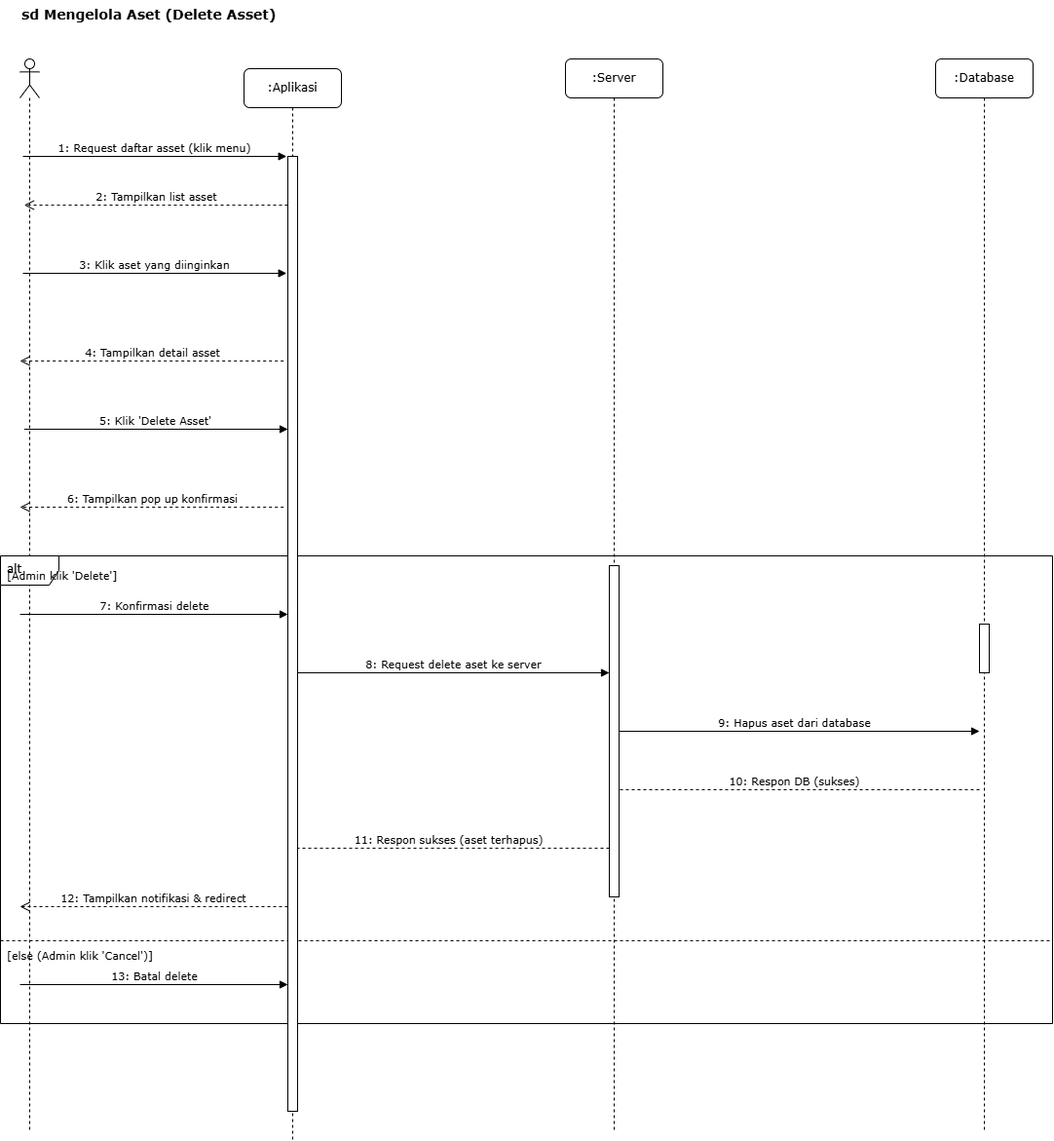
This is Diagram/sequence-diagram-skripsi-mengelola-aset-delete.drawio.png from Rizz404/SKRIPSI_V2, a draw.io export, as it was before one commit. Source tidied: cells renumbered, new cells last; positions are measured from the earlier drawing's top-left corner, leaving out a move shared by most shapes.
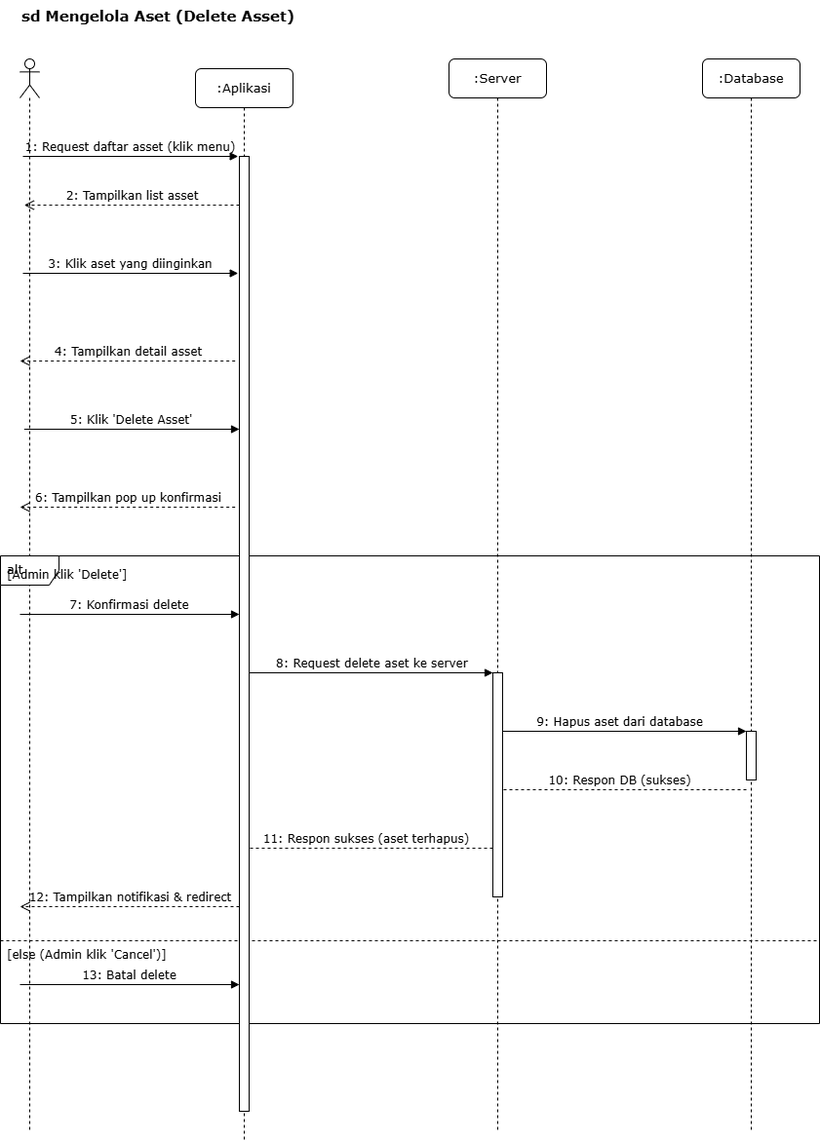
After the commit.

Change to the diagram source:
```diff
@@ -2,121 +2,121 @@
   <root>
     <mxCell id="0" />
     <mxCell id="1" parent="0" />
-    <mxCell id="2" value="sd Mengelola Aset (Delete Asset)" style="text;html=1;strokeColor=none;fillColor=none;align=left;verticalAlign=top;whiteSpace=wrap;rounded=0;fontFamily=Verdana;fontSize=14;fontStyle=1;" parent="1" vertex="1">
-      <mxGeometry x="20" width="320" height="30" as="geometry" />
+    <mxCell id="2" value="sd Mengelola Aset (Delete Asset)" style="text;html=1;strokeColor=none;fillColor=none;align=left;verticalAlign=top;whiteSpace=wrap;rounded=0;fontFamily=Verdana;fontSize=15;fontStyle=1;" parent="1" vertex="1">
+      <mxGeometry x="-60" width="320" height="30" as="geometry" />
     </mxCell>
     <mxCell id="3" style="shape=umlLifeline;perimeter=lifelinePerimeter;whiteSpace=wrap;html=1;newEdgeStyle={&quot;curved&quot;:0,&quot;rounded&quot;:0};participant=umlActor;" parent="1" vertex="1">
-      <mxGeometry x="20" y="60" width="20" height="1100" as="geometry" />
+      <mxGeometry x="-60" y="60" width="20" height="1100" as="geometry" />
     </mxCell>
-    <mxCell id="4" value=":Aplikasi" style="shape=umlLifeline;perimeter=lifelinePerimeter;whiteSpace=wrap;html=1;rounded=1;shadow=0;comic=0;labelBackgroundColor=none;strokeWidth=1;fontFamily=Verdana;fontSize=12;align=center;" parent="1" vertex="1">
-      <mxGeometry x="250" y="70" width="100" height="1100" as="geometry" />
+    <mxCell id="4" value=":Aplikasi" style="shape=umlLifeline;perimeter=lifelinePerimeter;whiteSpace=wrap;html=1;rounded=1;shadow=0;comic=0;labelBackgroundColor=none;strokeWidth=1;fontFamily=Verdana;fontSize=13;align=center;" parent="1" vertex="1">
+      <mxGeometry x="120" y="70" width="100" height="1100" as="geometry" />
     </mxCell>
-    <mxCell id="5" value="alt" style="shape=umlFrame;whiteSpace=wrap;html=1;verticalAlign=top;align=left;spacingLeft=5;fontFamily=Verdana;fontSize=12;" parent="4" vertex="1">
-      <mxGeometry x="-250" y="500" width="1080" height="480" as="geometry" />
+    <mxCell id="5" value="alt" style="shape=umlFrame;whiteSpace=wrap;html=1;verticalAlign=top;align=left;spacingLeft=5;fontFamily=Verdana;fontSize=13;" parent="1" vertex="1">
+      <mxGeometry x="-80" y="570" width="840" height="480" as="geometry" />
     </mxCell>
-    <mxCell id="6" value="[Admin klik 'Delete']" style="text;html=1;align=left;verticalAlign=middle;strokeColor=none;fillColor=none;fontFamily=Verdana;fontSize=11;" parent="5" vertex="1">
+    <mxCell id="6" value="[Admin klik 'Delete']" style="text;html=1;align=left;verticalAlign=middle;strokeColor=none;fillColor=none;fontFamily=Verdana;fontSize=12;" parent="5" vertex="1">
       <mxGeometry x="5" y="5" width="130" height="30" as="geometry" />
     </mxCell>
-    <mxCell id="7" value="7: Konfirmasi delete" style="html=1;verticalAlign=bottom;labelBackgroundColor=none;endArrow=block;rounded=0;fontFamily=Verdana;fontSize=11;" parent="5" edge="1">
+    <mxCell id="7" value="7: Konfirmasi delete" style="html=1;verticalAlign=bottom;labelBackgroundColor=none;endArrow=block;rounded=0;fontFamily=Verdana;fontSize=12;" parent="5" edge="1">
       <mxGeometry relative="1" as="geometry">
         <mxPoint x="20" y="60" as="sourcePoint" />
-        <mxPoint x="295" y="60" as="targetPoint" />
+        <mxPoint x="245" y="60" as="targetPoint" />
       </mxGeometry>
     </mxCell>
-    <mxCell id="8" value="8: Request delete aset ke server" style="html=1;verticalAlign=bottom;endArrow=block;labelBackgroundColor=none;fontFamily=Verdana;fontSize=11;" parent="5" edge="1">
+    <mxCell id="8" value="8: Request delete aset ke server" style="html=1;verticalAlign=bottom;endArrow=block;labelBackgroundColor=none;fontFamily=Verdana;fontSize=12;" parent="5" edge="1">
       <mxGeometry relative="1" as="geometry">
-        <mxPoint x="305" y="120" as="sourcePoint" />
-        <mxPoint x="625" y="120" as="targetPoint" />
+        <mxPoint x="255" y="120" as="sourcePoint" />
+        <mxPoint x="505" y="120" as="targetPoint" />
       </mxGeometry>
     </mxCell>
-    <mxCell id="9" value="9: Hapus aset dari database" style="html=1;verticalAlign=bottom;endArrow=block;labelBackgroundColor=none;fontFamily=Verdana;fontSize=11;" parent="5" edge="1">
+    <mxCell id="9" value="9: Hapus aset dari database" style="html=1;verticalAlign=bottom;endArrow=block;labelBackgroundColor=none;fontFamily=Verdana;fontSize=12;" parent="5" edge="1">
       <mxGeometry relative="1" as="geometry">
-        <mxPoint x="625" y="180" as="sourcePoint" />
-        <mxPoint x="1005" y="180" as="targetPoint" />
+        <mxPoint x="505" y="180" as="sourcePoint" />
+        <mxPoint x="765" y="180" as="targetPoint" />
       </mxGeometry>
     </mxCell>
-    <mxCell id="10" value="10: Respon DB (sukses)" style="html=1;verticalAlign=bottom;endArrow=open;dashed=1;endSize=8;labelBackgroundColor=none;fontFamily=Verdana;fontSize=11;" parent="5" edge="1">
+    <mxCell id="10" value="10: Respon DB (sukses)" style="html=1;verticalAlign=bottom;endArrow=open;dashed=1;endSize=8;labelBackgroundColor=none;fontFamily=Verdana;fontSize=12;" parent="5" edge="1">
       <mxGeometry relative="1" as="geometry">
-        <mxPoint x="1005" y="240" as="sourcePoint" />
-        <mxPoint x="625" y="240" as="targetPoint" />
+        <mxPoint x="765" y="240" as="sourcePoint" />
+        <mxPoint x="505" y="240" as="targetPoint" />
       </mxGeometry>
     </mxCell>
-    <mxCell id="11" value="11: Respon sukses (aset terhapus)" style="html=1;verticalAlign=bottom;endArrow=open;dashed=1;endSize=8;labelBackgroundColor=none;fontFamily=Verdana;fontSize=11;" parent="5" edge="1">
+    <mxCell id="11" value="11: Respon sukses (aset terhapus)" style="html=1;verticalAlign=bottom;endArrow=open;dashed=1;endSize=8;labelBackgroundColor=none;fontFamily=Verdana;fontSize=12;" parent="5" edge="1">
       <mxGeometry relative="1" as="geometry">
-        <mxPoint x="625" y="300" as="sourcePoint" />
-        <mxPoint x="295" y="300" as="targetPoint" />
+        <mxPoint x="505" y="300" as="sourcePoint" />
+        <mxPoint x="245" y="300" as="targetPoint" />
       </mxGeometry>
     </mxCell>
-    <mxCell id="12" value="12: Tampilkan notifikasi &amp; redirect" style="html=1;verticalAlign=bottom;endArrow=open;dashed=1;endSize=8;labelBackgroundColor=none;fontFamily=Verdana;fontSize=11;" parent="5" edge="1">
+    <mxCell id="12" value="12: Tampilkan notifikasi &amp; redirect" style="html=1;verticalAlign=bottom;endArrow=open;dashed=1;endSize=8;labelBackgroundColor=none;fontFamily=Verdana;fontSize=12;" parent="5" edge="1">
       <mxGeometry relative="1" as="geometry">
-        <mxPoint x="295" y="360" as="sourcePoint" />
+        <mxPoint x="245" y="360" as="sourcePoint" />
         <mxPoint x="20" y="360" as="targetPoint" />
       </mxGeometry>
     </mxCell>
     <mxCell id="13" style="line;html=1;strokeWidth=1;dashed=1;align=center;verticalAlign=middle;" parent="5" vertex="1">
-      <mxGeometry y="390" width="1080" height="10" as="geometry" />
+      <mxGeometry y="390" width="840" height="10" as="geometry" />
     </mxCell>
-    <mxCell id="14" value="[else (Admin klik 'Cancel')]" style="text;html=1;align=left;verticalAlign=middle;strokeColor=none;fillColor=none;fontFamily=Verdana;fontSize=11;" parent="5" vertex="1">
-      <mxGeometry x="5" y="395" width="160" height="30" as="geometry" />
+    <mxCell id="14" value="[else (Admin klik 'Cancel')]" style="text;html=1;align=left;verticalAlign=middle;strokeColor=none;fillColor=none;fontFamily=Verdana;fontSize=12;" parent="5" vertex="1">
+      <mxGeometry x="5" y="395" width="170" height="30" as="geometry" />
     </mxCell>
-    <mxCell id="15" value="13: Batal delete" style="html=1;verticalAlign=bottom;labelBackgroundColor=none;endArrow=block;rounded=0;fontFamily=Verdana;fontSize=11;" parent="5" edge="1">
+    <mxCell id="15" value="13: Batal delete" style="html=1;verticalAlign=bottom;labelBackgroundColor=none;endArrow=block;rounded=0;fontFamily=Verdana;fontSize=12;" parent="5" edge="1">
       <mxGeometry relative="1" as="geometry">
         <mxPoint x="20" y="440" as="sourcePoint" />
-        <mxPoint x="295" y="440" as="targetPoint" />
+        <mxPoint x="245" y="440" as="targetPoint" />
       </mxGeometry>
     </mxCell>
-    <mxCell id="16" value=":Server" style="shape=umlLifeline;perimeter=lifelinePerimeter;whiteSpace=wrap;html=1;rounded=1;shadow=0;comic=0;labelBackgroundColor=none;strokeWidth=1;fontFamily=Verdana;fontSize=12;align=center;" parent="1" vertex="1">
-      <mxGeometry x="580" y="60" width="100" height="1100" as="geometry" />
+    <mxCell id="16" value=":Server" style="shape=umlLifeline;perimeter=lifelinePerimeter;whiteSpace=wrap;html=1;rounded=1;shadow=0;comic=0;labelBackgroundColor=none;strokeWidth=1;fontFamily=Verdana;fontSize=13;align=center;" parent="1" vertex="1">
+      <mxGeometry x="380" y="60" width="100" height="1100" as="geometry" />
     </mxCell>
-    <mxCell id="17" value=":Database" style="shape=umlLifeline;perimeter=lifelinePerimeter;whiteSpace=wrap;html=1;rounded=1;shadow=0;comic=0;labelBackgroundColor=none;strokeWidth=1;fontFamily=Verdana;fontSize=12;align=center;" parent="1" vertex="1">
-      <mxGeometry x="960" y="60" width="100" height="1100" as="geometry" />
+    <mxCell id="17" value=":Database" style="shape=umlLifeline;perimeter=lifelinePerimeter;whiteSpace=wrap;html=1;rounded=1;shadow=0;comic=0;labelBackgroundColor=none;strokeWidth=1;fontFamily=Verdana;fontSize=13;align=center;" parent="1" vertex="1">
+      <mxGeometry x="640" y="60" width="100" height="1100" as="geometry" />
     </mxCell>
     <mxCell id="18" style="html=1;perimeter=orthogonalPerimeter;fillColor=#ffffff;strokeColor=#000000;strokeWidth=1;" parent="1" vertex="1">
-      <mxGeometry x="295" y="160" width="10" height="980" as="geometry" />
+      <mxGeometry x="165" y="160" width="10" height="980" as="geometry" />
     </mxCell>
     <mxCell id="19" style="html=1;perimeter=orthogonalPerimeter;fillColor=#ffffff;strokeColor=#000000;strokeWidth=1;" parent="1" vertex="1">
-      <mxGeometry x="625" y="580" width="10" height="340" as="geometry" />
+      <mxGeometry x="425" y="690" width="10" height="230" as="geometry" />
     </mxCell>
     <mxCell id="20" style="html=1;perimeter=orthogonalPerimeter;fillColor=#ffffff;strokeColor=#000000;strokeWidth=1;" parent="1" vertex="1">
-      <mxGeometry x="1005" y="640" width="10" height="50" as="geometry" />
+      <mxGeometry x="685" y="750" width="10" height="50" as="geometry" />
     </mxCell>
-    <mxCell id="21" value="1: Request daftar asset (klik menu)" style="html=1;verticalAlign=bottom;labelBackgroundColor=none;endArrow=block;rounded=0;fontFamily=Verdana;fontSize=11;" parent="1" edge="1">
+    <mxCell id="21" value="1: Request daftar asset (klik menu)" style="html=1;verticalAlign=bottom;labelBackgroundColor=none;endArrow=block;rounded=0;fontFamily=Verdana;fontSize=12;" parent="1" edge="1">
       <mxGeometry relative="1" as="geometry">
-        <mxPoint x="23" y="160" as="sourcePoint" />
-        <mxPoint x="293.7" y="160" as="targetPoint" />
+        <mxPoint x="-57" y="160" as="sourcePoint" />
+        <mxPoint x="163.7" y="160" as="targetPoint" />
       </mxGeometry>
     </mxCell>
-    <mxCell id="22" value="2: Tampilkan list asset" style="html=1;verticalAlign=bottom;endArrow=open;dashed=1;endSize=8;labelBackgroundColor=none;fontFamily=Verdana;fontSize=11;" parent="1" edge="1">
+    <mxCell id="22" value="2: Tampilkan list asset" style="html=1;verticalAlign=bottom;endArrow=open;dashed=1;endSize=8;labelBackgroundColor=none;fontFamily=Verdana;fontSize=12;" parent="1" edge="1">
       <mxGeometry relative="1" as="geometry">
-        <mxPoint x="295" y="210" as="sourcePoint" />
-        <mxPoint x="24.3" y="210" as="targetPoint" />
+        <mxPoint x="165" y="210" as="sourcePoint" />
+        <mxPoint x="-55.7" y="210" as="targetPoint" />
       </mxGeometry>
     </mxCell>
-    <mxCell id="23" value="4: Tampilkan detail asset" style="html=1;verticalAlign=bottom;endArrow=open;dashed=1;endSize=8;labelBackgroundColor=none;fontFamily=Verdana;fontSize=11;" parent="1" edge="1">
+    <mxCell id="23" value="4: Tampilkan detail asset" style="html=1;verticalAlign=bottom;endArrow=open;dashed=1;endSize=8;labelBackgroundColor=none;fontFamily=Verdana;fontSize=12;" parent="1" edge="1">
       <mxGeometry relative="1" as="geometry">
-        <mxPoint x="290.7" y="370" as="sourcePoint" />
-        <mxPoint x="20" y="370" as="targetPoint" />
+        <mxPoint x="160.7" y="370" as="sourcePoint" />
+        <mxPoint x="-60" y="370" as="targetPoint" />
       </mxGeometry>
     </mxCell>
-    <mxCell id="24" value="5: Klik 'Delete Asset'" style="html=1;verticalAlign=bottom;labelBackgroundColor=none;endArrow=block;rounded=0;fontFamily=Verdana;fontSize=11;" parent="1" edge="1">
+    <mxCell id="24" value="5: Klik 'Delete Asset'" style="html=1;verticalAlign=bottom;labelBackgroundColor=none;endArrow=block;rounded=0;fontFamily=Verdana;fontSize=12;" parent="1" edge="1">
       <mxGeometry relative="1" as="geometry">
-        <mxPoint x="24.3" y="440" as="sourcePoint" />
-        <mxPoint x="295" y="440" as="targetPoint" />
+        <mxPoint x="-55.7" y="440" as="sourcePoint" />
+        <mxPoint x="165" y="440" as="targetPoint" />
         <Array as="points">
-          <mxPoint x="85.5" y="440" />
+          <mxPoint x="5.5" y="440" />
         </Array>
       </mxGeometry>
     </mxCell>
-    <mxCell id="25" value="6: Tampilkan pop up konfirmasi" style="html=1;verticalAlign=bottom;endArrow=open;dashed=1;endSize=8;labelBackgroundColor=none;fontFamily=Verdana;fontSize=11;" parent="1" edge="1">
+    <mxCell id="25" value="6: Tampilkan pop up konfirmasi" style="html=1;verticalAlign=bottom;endArrow=open;dashed=1;endSize=8;labelBackgroundColor=none;fontFamily=Verdana;fontSize=12;" parent="1" edge="1">
       <mxGeometry relative="1" as="geometry">
-        <mxPoint x="290.7" y="520" as="sourcePoint" />
-        <mxPoint x="20" y="520" as="targetPoint" />
+        <mxPoint x="160.7" y="520" as="sourcePoint" />
+        <mxPoint x="-60" y="520" as="targetPoint" />
       </mxGeometry>
     </mxCell>
-    <mxCell id="26" value="3: Klik aset yang diinginkan" style="html=1;verticalAlign=bottom;labelBackgroundColor=none;endArrow=block;rounded=0;fontFamily=Verdana;fontSize=11;" parent="1" edge="1">
+    <mxCell id="26" value="3: Klik aset yang diinginkan" style="html=1;verticalAlign=bottom;labelBackgroundColor=none;endArrow=block;rounded=0;fontFamily=Verdana;fontSize=12;" parent="1" edge="1">
       <mxGeometry relative="1" as="geometry">
-        <mxPoint x="23" y="280" as="sourcePoint" />
-        <mxPoint x="293.7" y="280" as="targetPoint" />
+        <mxPoint x="-57" y="280" as="sourcePoint" />
+        <mxPoint x="163.7" y="280" as="targetPoint" />
       </mxGeometry>
     </mxCell>
   </root>
```
